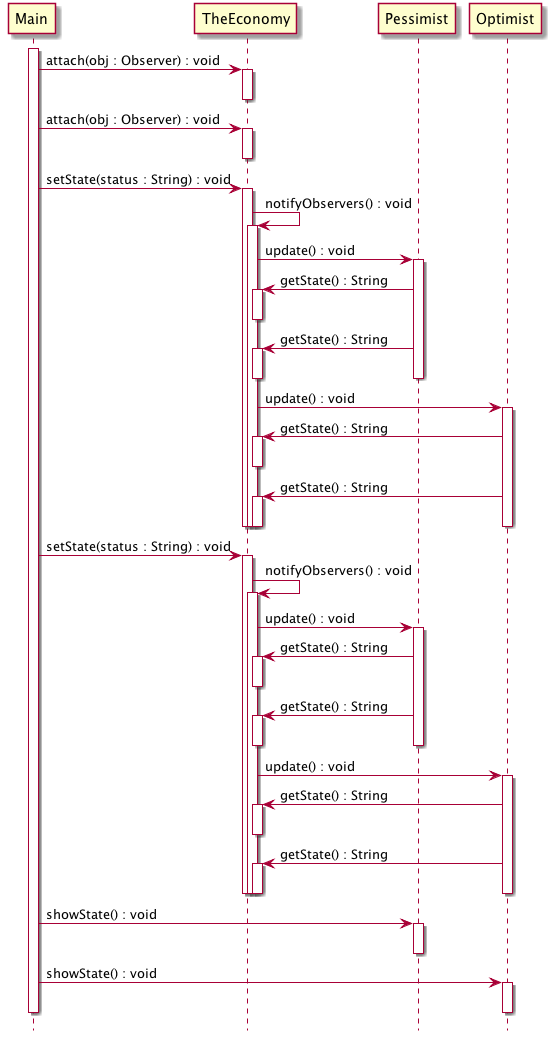
satyateja27/UmlParser keeps this PlantUML diagram as Sequence-Diagram-Source/output/output.png. Above is the earlier version.
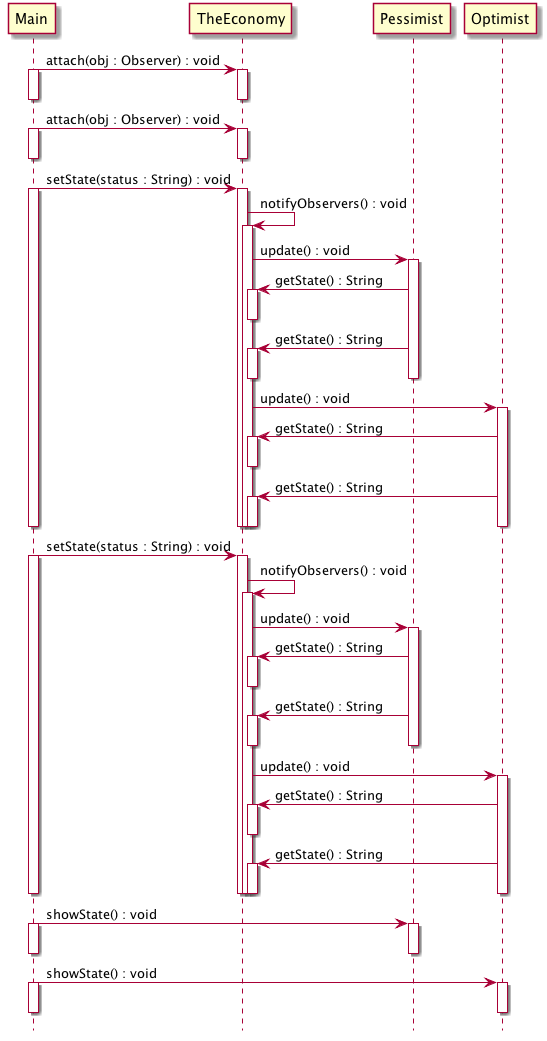
The same diagram one commit later.

Commit message:
Main method activation bar fixed

What changed in the source:
```diff
@@ -1,14 +1,18 @@
 @startuml
 skinparam classAttributeIconSize 0
 hide footbox
+Main -> TheEconomy : attach(obj : Observer) : void
 activate Main
-Main -> TheEconomy : attach(obj : Observer) : void
 activate TheEconomy
 deactivate TheEconomy
+deactivate Main
 Main -> TheEconomy : attach(obj : Observer) : void
+activate Main
 activate TheEconomy
 deactivate TheEconomy
+deactivate Main
 Main -> TheEconomy : setState(status : String) : void
+activate Main
 activate TheEconomy
 TheEconomy -> TheEconomy : notifyObservers() : void
 activate TheEconomy
@@ -32,7 +36,9 @@
 deactivate Optimist
 deactivate TheEconomy
 deactivate TheEconomy
+deactivate Main
 Main -> TheEconomy : setState(status : String) : void
+activate Main
 activate TheEconomy
 TheEconomy -> TheEconomy : notifyObservers() : void
 activate TheEconomy
@@ -56,11 +62,16 @@
 deactivate Optimist
 deactivate TheEconomy
 deactivate TheEconomy
+deactivate Main
 Main -> Pessimist : showState() : void
+activate Main
 activate Pessimist
 deactivate Pessimist
+deactivate Main
 Main -> Optimist : showState() : void
+activate Main
 activate Optimist
 deactivate Optimist
 deactivate Main
+deactivate Main
 @enduml
```
